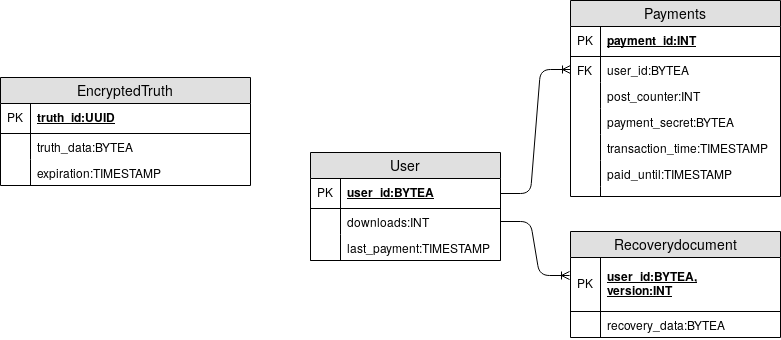
The draw.io diagram anastasis-db.png in prototypefund/Digital_Bargeld-docs, before a commit. Source tidied: cells renumbered, new cells last; positions are measured from the earlier drawing's top-left corner, leaving out a move shared by most shapes.
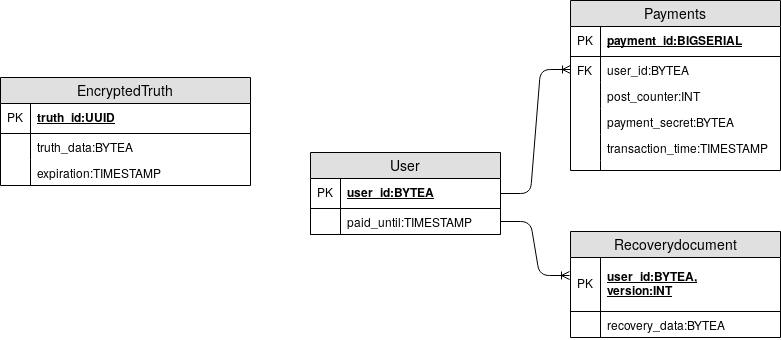
Later version of the same file.

The edit, as a diff of the source:
```diff
@@ -3,7 +3,7 @@
     <mxCell id="0" />
     <mxCell id="1" parent="0" />
     <mxCell id="2" value="User" style="swimlane;fontStyle=0;horizontal=1;startSize=26;fillColor=#e0e0e0;swimlaneFillColor=#ffffff;align=center;fontSize=14;" parent="1" vertex="1">
-      <mxGeometry x="310" y="152" width="190" height="108" as="geometry" />
+      <mxGeometry x="310" y="152" width="190" height="82" as="geometry" />
     </mxCell>
     <mxCell id="3" value="user_id:BYTEA" style="shape=partialRectangle;top=0;left=0;right=0;bottom=1;align=left;verticalAlign=middle;fillColor=none;spacingLeft=34;spacingRight=4;overflow=hidden;points=[[0,0.5],[1,0.5]];portConstraint=eastwest;fontStyle=5;fontSize=12;" parent="2" vertex="1">
       <mxGeometry y="26" width="190" height="30" as="geometry" />
@@ -11,14 +11,8 @@
     <mxCell id="4" value="PK" style="shape=partialRectangle;top=0;left=0;bottom=0;fillColor=none;align=left;verticalAlign=middle;spacingLeft=4;spacingRight=4;overflow=hidden;fontSize=12;" parent="3" vertex="1">
       <mxGeometry width="30" height="30" as="geometry" />
     </mxCell>
-    <mxCell id="5" value="downloads:INT" style="shape=partialRectangle;top=0;left=0;right=0;bottom=0;align=left;verticalAlign=top;fillColor=none;spacingLeft=34;spacingRight=4;overflow=hidden;points=[[0,0.5],[1,0.5]];portConstraint=eastwest;fontSize=12;" parent="2" vertex="1">
-      <mxGeometry y="56" width="190" height="26" as="geometry" />
-    </mxCell>
-    <mxCell id="6" style="shape=partialRectangle;top=0;left=0;bottom=0;fillColor=none;align=left;verticalAlign=top;spacingLeft=4;spacingRight=4;overflow=hidden;fontSize=12;" parent="5" vertex="1">
-      <mxGeometry width="30" height="26" as="geometry" />
-    </mxCell>
-    <mxCell id="7" value="last_payment:TIMESTAMP" style="shape=partialRectangle;top=0;left=0;right=0;bottom=1;align=left;verticalAlign=top;fillColor=none;spacingLeft=34;spacingRight=4;overflow=hidden;fontSize=12;" parent="2" vertex="1">
-      <mxGeometry y="82" width="190" height="26" as="geometry" />
+    <mxCell id="7" value="paid_until:TIMESTAMP" style="shape=partialRectangle;top=0;left=0;right=0;bottom=1;align=left;verticalAlign=top;fillColor=none;spacingLeft=34;spacingRight=4;overflow=hidden;fontSize=12;" parent="2" vertex="1">
+      <mxGeometry y="56" width="190" height="26" as="geometry" />
     </mxCell>
     <mxCell id="8" style="shape=partialRectangle;top=0;left=0;bottom=0;fillColor=none;align=left;verticalAlign=top;spacingLeft=4;spacingRight=4;overflow=hidden;fontSize=12;" parent="7" vertex="1">
       <mxGeometry width="30" height="26" as="geometry" />
@@ -60,9 +54,9 @@
       <mxGeometry width="30" height="26" as="geometry" />
     </mxCell>
     <mxCell id="21" value="Payments" style="swimlane;fontStyle=0;horizontal=1;startSize=26;fillColor=#e0e0e0;swimlaneFillColor=#ffffff;align=center;fontSize=14;" parent="1" vertex="1">
-      <mxGeometry x="570" width="210" height="196" as="geometry" />
+      <mxGeometry x="570" width="210" height="170" as="geometry" />
     </mxCell>
-    <mxCell id="22" value="payment_id:INT" style="shape=partialRectangle;top=0;left=0;right=0;bottom=1;align=left;verticalAlign=middle;fillColor=none;spacingLeft=34;spacingRight=4;overflow=hidden;fontStyle=5;fontSize=12;" parent="21" vertex="1">
+    <mxCell id="22" value="payment_id:BIGSERIAL" style="shape=partialRectangle;top=0;left=0;right=0;bottom=1;align=left;verticalAlign=middle;fillColor=none;spacingLeft=34;spacingRight=4;overflow=hidden;fontStyle=5;fontSize=12;" parent="21" vertex="1">
       <mxGeometry y="26" width="210" height="30" as="geometry" />
     </mxCell>
     <mxCell id="23" value="PK" style="shape=partialRectangle;top=0;left=0;bottom=0;fillColor=none;align=left;verticalAlign=middle;spacingLeft=4;spacingRight=4;overflow=hidden;fontSize=12;" parent="22" vertex="1">
@@ -92,14 +86,8 @@
     <mxCell id="31" style="shape=partialRectangle;top=0;left=0;bottom=0;fillColor=none;align=left;verticalAlign=top;spacingLeft=4;spacingRight=4;overflow=hidden;fontSize=12;" parent="30" vertex="1">
       <mxGeometry width="30" height="26" as="geometry" />
     </mxCell>
-    <mxCell id="32" value="paid_until:TIMESTAMP" style="shape=partialRectangle;top=0;left=0;right=0;bottom=0;align=left;verticalAlign=top;fillColor=none;spacingLeft=34;spacingRight=4;overflow=hidden;fontSize=12;" parent="21" vertex="1">
-      <mxGeometry y="160" width="210" height="26" as="geometry" />
-    </mxCell>
-    <mxCell id="33" style="shape=partialRectangle;top=0;left=0;bottom=0;fillColor=none;align=left;verticalAlign=top;spacingLeft=4;spacingRight=4;overflow=hidden;fontSize=12;" parent="32" vertex="1">
-      <mxGeometry width="30" height="26" as="geometry" />
-    </mxCell>
     <mxCell id="34" style="shape=partialRectangle;top=0;left=0;right=0;bottom=0;align=left;verticalAlign=top;fillColor=none;spacingLeft=34;spacingRight=4;overflow=hidden;fontSize=12;" parent="21" vertex="1">
-      <mxGeometry y="186" width="210" height="10" as="geometry" />
+      <mxGeometry y="160" width="210" height="10" as="geometry" />
     </mxCell>
     <mxCell id="35" style="shape=partialRectangle;top=0;left=0;bottom=0;fillColor=none;align=left;verticalAlign=top;spacingLeft=4;spacingRight=4;overflow=hidden;fontSize=12;" parent="34" vertex="1">
       <mxGeometry width="30" height="10" as="geometry" />
@@ -107,8 +95,10 @@
     <mxCell id="36" style="edgeStyle=entityRelationEdgeStyle;fontSize=12;html=1;endArrow=ERoneToMany;exitX=1;exitY=0.5;exitDx=0;exitDy=0;entryX=0;entryY=0.5;entryDx=0;entryDy=0;" parent="1" edge="1" source="3" target="24">
       <mxGeometry relative="1" as="geometry" />
     </mxCell>
-    <mxCell id="37" style="edgeStyle=entityRelationEdgeStyle;fontSize=12;html=1;endArrow=ERoneToMany;entryX=-0.005;entryY=0.333;entryDx=0;entryDy=0;entryPerimeter=0;exitX=1;exitY=0.5;exitDx=0;exitDy=0;" parent="1" edge="1" source="5" target="17">
-      <mxGeometry relative="1" as="geometry" />
+    <mxCell id="37" style="edgeStyle=entityRelationEdgeStyle;fontSize=12;html=1;endArrow=ERoneToMany;entryX=-0.005;entryY=0.333;entryDx=0;entryDy=0;entryPerimeter=0;exitX=1;exitY=0.5;exitDx=0;exitDy=0;" parent="1" edge="1" target="17">
+      <mxGeometry relative="1" as="geometry">
+        <mxPoint x="500" y="221" as="sourcePoint" />
+      </mxGeometry>
     </mxCell>
   </root>
 </mxGraphModel>
```
